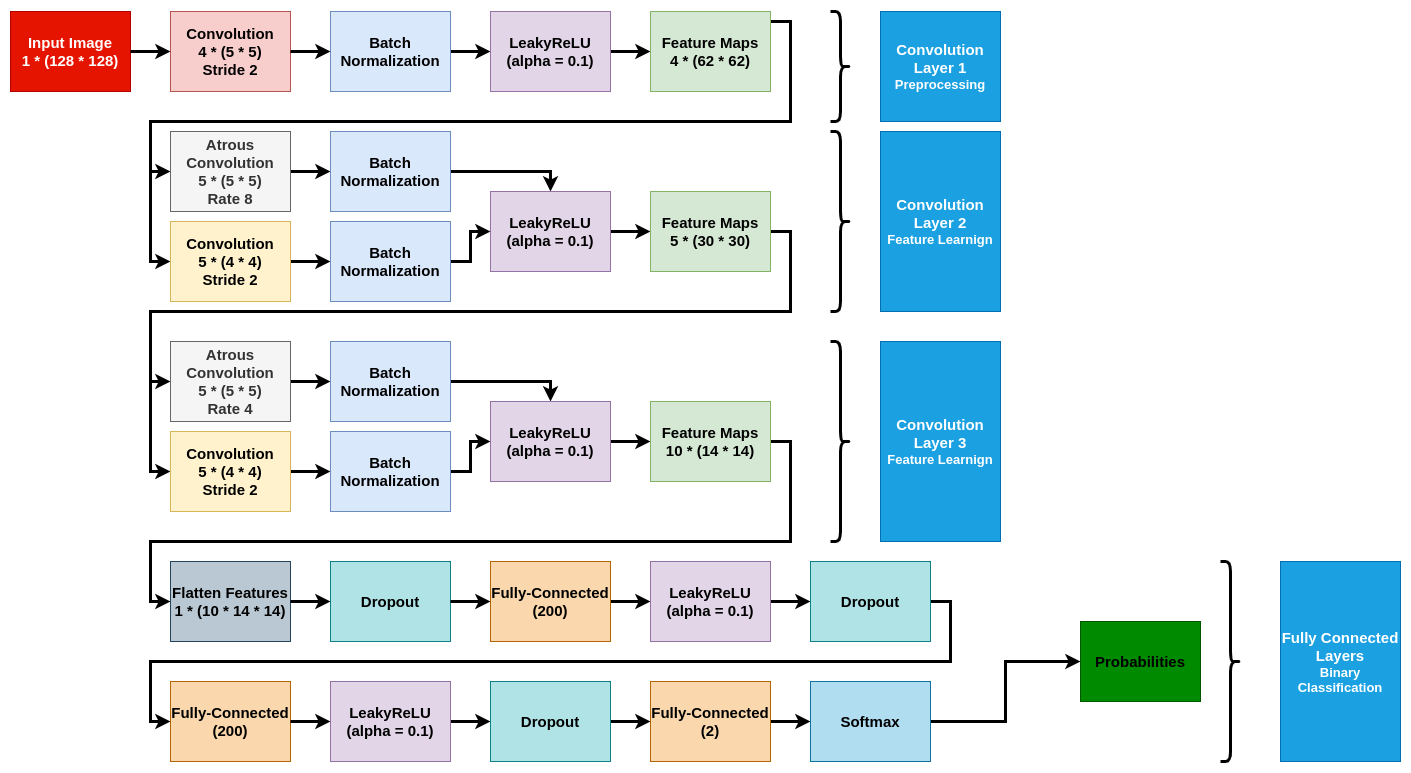
Earlier version of the draw.io export analysis/Catalyst Kernels/static/model-V1.4.0.png (EmadHelmi/steganalysis). Source tidied: cells renumbered, new cells last; positions are measured from the earlier drawing's top-left corner, leaving out a move shared by most shapes.
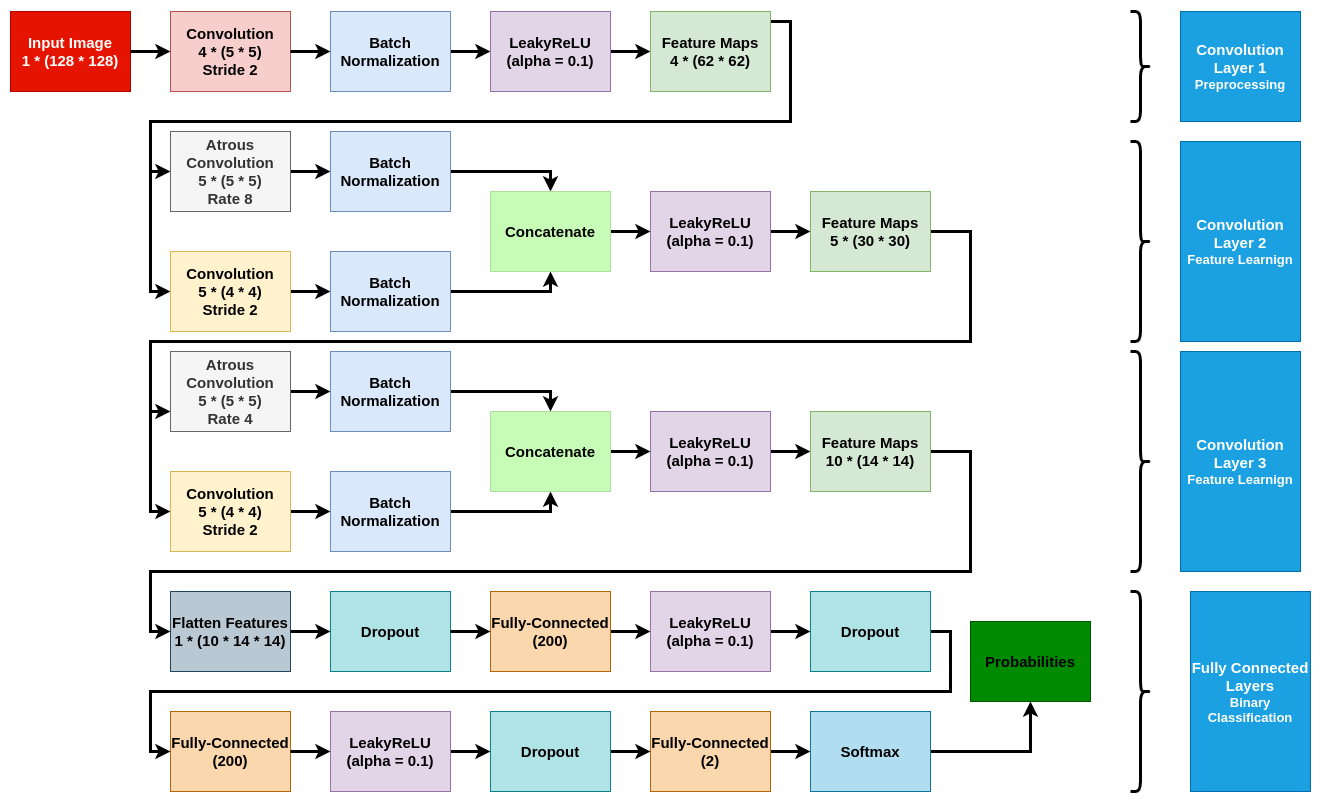
After the commit.

Commit message:
Add model 1.4.0, Change diagrams, Change Atrous to Conv2D

Change to the diagram source:
```diff
@@ -42,3 +42,3 @@
     </mxCell>
-    <mxCell id="12" style="edgeStyle=orthogonalEdgeStyle;rounded=0;jettySize=auto;html=1;exitX=1;exitY=0.5;exitDx=0;exitDy=0;entryX=0.5;entryY=0;entryDx=0;entryDy=0;strokeWidth=3;" parent="1" edge="1" source="13" target="15">
+    <mxCell id="12" style="edgeStyle=orthogonalEdgeStyle;rounded=0;jettySize=auto;html=1;exitX=1;exitY=0.5;exitDx=0;exitDy=0;entryX=0.5;entryY=0;entryDx=0;entryDy=0;strokeWidth=3;" parent="1" edge="1" source="13" target="68">
       <mxGeometry relative="1" as="geometry" />
@@ -52,11 +52,12 @@
     <mxCell id="15" value="&lt;b style=&quot;font-size: 15px&quot;&gt;LeakyReLU&lt;br&gt;(alpha = 0.1)&lt;/b&gt;" style="rounded=0;whiteSpace=wrap;html=1;fillColor=#e1d5e7;strokeColor=#9673a6;" parent="1" vertex="1">
-      <mxGeometry x="480" y="180" width="120" height="80" as="geometry" />
+      <mxGeometry x="640" y="180" width="120" height="80" as="geometry" />
     </mxCell>
-    <mxCell id="16" style="edgeStyle=orthogonalEdgeStyle;rounded=0;jettySize=auto;html=1;exitX=1;exitY=0.5;exitDx=0;exitDy=0;entryX=0;entryY=0.5;entryDx=0;entryDy=0;startArrow=none;startFill=0;endArrow=classic;endFill=1;strokeWidth=3;" parent="1" edge="1" source="17" target="19">
+    <mxCell id="16" style="edgeStyle=orthogonalEdgeStyle;rounded=0;jettySize=auto;html=1;exitX=1;exitY=0.5;exitDx=0;exitDy=0;entryX=0;entryY=0.5;entryDx=0;entryDy=0;startArrow=none;startFill=0;endArrow=classic;endFill=1;strokeWidth=3;" parent="1" edge="1" source="17">
       <mxGeometry relative="1" as="geometry">
+        <mxPoint x="160" y="400" as="targetPoint" />
         <Array as="points">
-          <mxPoint x="780" y="220" />
-          <mxPoint x="780" y="300" />
-          <mxPoint x="140" y="300" />
-          <mxPoint x="140" y="370" />
+          <mxPoint x="960" y="220" />
+          <mxPoint x="960" y="330" />
+          <mxPoint x="140" y="330" />
+          <mxPoint x="140" y="400" />
         </Array>
@@ -65,3 +66,3 @@
     <mxCell id="17" value="&lt;b style=&quot;font-size: 15px&quot;&gt;Feature Maps&lt;br&gt;5 * (30 * 30)&lt;/b&gt;" style="rounded=0;whiteSpace=wrap;html=1;fillColor=#d5e8d4;strokeColor=#82b366;" parent="1" vertex="1">
-      <mxGeometry x="640" y="180" width="120" height="80" as="geometry" />
+      <mxGeometry x="800" y="180" width="120" height="80" as="geometry" />
     </mxCell>
@@ -71,5 +72,5 @@
     <mxCell id="19" value="&lt;b style=&quot;font-size: 15px&quot;&gt;Atrous&lt;br&gt;Convolution&lt;br&gt;5 * (5 * 5)&lt;br&gt;Rate 4&lt;/b&gt;" style="rounded=0;whiteSpace=wrap;html=1;fillColor=#f5f5f5;strokeColor=#666666;fontColor=#333333;" parent="1" vertex="1">
-      <mxGeometry x="160" y="330" width="120" height="80" as="geometry" />
+      <mxGeometry x="160" y="340" width="120" height="80" as="geometry" />
     </mxCell>
-    <mxCell id="20" style="edgeStyle=orthogonalEdgeStyle;rounded=0;jettySize=auto;html=1;exitX=1;exitY=0.5;exitDx=0;exitDy=0;entryX=0.5;entryY=0;entryDx=0;entryDy=0;startArrow=none;startFill=0;endArrow=classic;endFill=1;strokeWidth=3;" parent="1" edge="1" source="21" target="23">
+    <mxCell id="20" style="edgeStyle=orthogonalEdgeStyle;rounded=0;jettySize=auto;html=1;exitX=1;exitY=0.5;exitDx=0;exitDy=0;entryX=0.5;entryY=0;entryDx=0;entryDy=0;startArrow=none;startFill=0;endArrow=classic;endFill=1;strokeWidth=3;" parent="1" edge="1" source="21" target="70">
       <mxGeometry relative="1" as="geometry" />
@@ -77,3 +78,3 @@
     <mxCell id="21" value="&lt;b style=&quot;font-size: 15px&quot;&gt;Batch&lt;br&gt;Normalization&lt;/b&gt;" style="rounded=0;whiteSpace=wrap;html=1;fillColor=#dae8fc;strokeColor=#6c8ebf;" parent="1" vertex="1">
-      <mxGeometry x="320" y="330" width="120" height="80" as="geometry" />
+      <mxGeometry x="320" y="340" width="120" height="80" as="geometry" />
     </mxCell>
@@ -83,3 +84,3 @@
     <mxCell id="23" value="&lt;b style=&quot;font-size: 15px&quot;&gt;LeakyReLU&lt;br&gt;(alpha = 0.1)&lt;/b&gt;" style="rounded=0;whiteSpace=wrap;html=1;fillColor=#e1d5e7;strokeColor=#9673a6;" parent="1" vertex="1">
-      <mxGeometry x="480" y="390" width="120" height="80" as="geometry" />
+      <mxGeometry x="640" y="400" width="120" height="80" as="geometry" />
     </mxCell>
@@ -88,6 +89,6 @@
         <Array as="points">
-          <mxPoint x="780" y="430" />
-          <mxPoint x="780" y="530" />
-          <mxPoint x="140" y="530" />
-          <mxPoint x="140" y="590" />
+          <mxPoint x="960" y="440" />
+          <mxPoint x="960" y="560" />
+          <mxPoint x="140" y="560" />
+          <mxPoint x="140" y="620" />
         </Array>
@@ -96,6 +97,6 @@
     <mxCell id="25" value="&lt;b style=&quot;font-size: 15px&quot;&gt;Feature Maps&lt;br&gt;10 * (14 * 14)&lt;/b&gt;" style="rounded=0;whiteSpace=wrap;html=1;fillColor=#d5e8d4;strokeColor=#82b366;" parent="1" vertex="1">
-      <mxGeometry x="640" y="390" width="120" height="80" as="geometry" />
+      <mxGeometry x="800" y="400" width="120" height="80" as="geometry" />
     </mxCell>
     <mxCell id="26" value="&lt;b style=&quot;font-size: 15px&quot;&gt;Flatten Features&lt;br&gt;1 * (10 * 14 * 14)&lt;/b&gt;" style="rounded=0;whiteSpace=wrap;html=1;fillColor=#bac8d3;strokeColor=#23445d;" parent="1" vertex="1">
-      <mxGeometry x="160" y="550" width="120" height="80" as="geometry" />
+      <mxGeometry x="160" y="580" width="120" height="80" as="geometry" />
     </mxCell>
@@ -103,3 +104,3 @@
       <mxGeometry relative="1" as="geometry">
-        <mxPoint x="600" y="590" as="sourcePoint" />
+        <mxPoint x="600" y="620" as="sourcePoint" />
       </mxGeometry>
@@ -107,3 +108,3 @@
     <mxCell id="28" value="&lt;b style=&quot;font-size: 15px&quot;&gt;Fully-Connected&lt;br&gt;(200)&lt;/b&gt;" style="rounded=0;whiteSpace=wrap;html=1;fillColor=#fad7ac;strokeColor=#b46504;" parent="1" vertex="1">
-      <mxGeometry x="480" y="550" width="120" height="80" as="geometry" />
+      <mxGeometry x="480" y="580" width="120" height="80" as="geometry" />
     </mxCell>
@@ -113,6 +114,6 @@
     <mxCell id="30" value="&lt;b style=&quot;font-size: 15px&quot;&gt;LeakyReLU&lt;br&gt;(alpha = 0.1)&lt;/b&gt;" style="rounded=0;whiteSpace=wrap;html=1;fillColor=#e1d5e7;strokeColor=#9673a6;" parent="1" vertex="1">
-      <mxGeometry x="640" y="550" width="120" height="80" as="geometry" />
+      <mxGeometry x="640" y="580" width="120" height="80" as="geometry" />
     </mxCell>
     <mxCell id="31" value="&lt;b style=&quot;font-size: 15px&quot;&gt;Fully-Connected&lt;br&gt;(200)&lt;/b&gt;" style="rounded=0;whiteSpace=wrap;html=1;fillColor=#fad7ac;strokeColor=#b46504;" parent="1" vertex="1">
-      <mxGeometry x="160" y="670" width="120" height="80" as="geometry" />
+      <mxGeometry x="160" y="700" width="120" height="80" as="geometry" />
     </mxCell>
@@ -122,3 +123,3 @@
     <mxCell id="33" value="&lt;b style=&quot;font-size: 15px&quot;&gt;LeakyReLU&lt;br&gt;(alpha = 0.1)&lt;/b&gt;" style="rounded=0;whiteSpace=wrap;html=1;fillColor=#e1d5e7;strokeColor=#9673a6;" parent="1" vertex="1">
-      <mxGeometry x="320" y="670" width="120" height="80" as="geometry" />
+      <mxGeometry x="320" y="700" width="120" height="80" as="geometry" />
     </mxCell>
@@ -128,3 +129,3 @@
     <mxCell id="35" value="&lt;b style=&quot;font-size: 15px&quot;&gt;Fully-Connected&lt;br&gt;(2)&lt;/b&gt;" style="rounded=0;whiteSpace=wrap;html=1;fillColor=#fad7ac;strokeColor=#b46504;" parent="1" vertex="1">
-      <mxGeometry x="640" y="670" width="120" height="80" as="geometry" />
+      <mxGeometry x="640" y="700" width="120" height="80" as="geometry" />
     </mxCell>
@@ -134,6 +135,6 @@
     <mxCell id="37" value="&lt;span style=&quot;font-size: 15px&quot;&gt;&lt;b&gt;Softmax&lt;/b&gt;&lt;/span&gt;" style="rounded=0;whiteSpace=wrap;html=1;fillColor=#b1ddf0;strokeColor=#10739e;" parent="1" vertex="1">
-      <mxGeometry x="800" y="670" width="120" height="80" as="geometry" />
+      <mxGeometry x="800" y="700" width="120" height="80" as="geometry" />
     </mxCell>
     <mxCell id="38" value="&lt;font color=&quot;#000000&quot;&gt;&lt;span style=&quot;font-size: 15px&quot;&gt;&lt;b&gt;Probabilities&lt;/b&gt;&lt;/span&gt;&lt;/font&gt;" style="rounded=0;whiteSpace=wrap;html=1;fillColor=#008a00;strokeColor=#005700;fontColor=#ffffff;" parent="1" vertex="1">
-      <mxGeometry x="1070" y="610" width="120" height="80" as="geometry" />
+      <mxGeometry x="960" y="610" width="120" height="80" as="geometry" />
     </mxCell>
@@ -144,4 +145,4 @@
       <mxGeometry relative="1" as="geometry">
-        <mxPoint x="280" y="710" as="sourcePoint" />
-        <mxPoint x="320" y="710" as="targetPoint" />
+        <mxPoint x="280" y="740" as="sourcePoint" />
+        <mxPoint x="320" y="740" as="targetPoint" />
       </mxGeometry>
@@ -152,24 +153,24 @@
     <mxCell id="42" style="shape=curlyBracket;whiteSpace=wrap;html=1;rounded=1;strokeWidth=3;rotation=-180;" parent="1" vertex="1">
-      <mxGeometry x="820" width="20" height="110" as="geometry" />
+      <mxGeometry x="1120" width="20" height="110" as="geometry" />
     </mxCell>
     <mxCell id="43" style="shape=curlyBracket;whiteSpace=wrap;html=1;rounded=1;strokeWidth=3;rotation=-180;" parent="1" vertex="1">
-      <mxGeometry x="820" y="120" width="20" height="180" as="geometry" />
+      <mxGeometry x="1120" y="130" width="20" height="200" as="geometry" />
     </mxCell>
     <mxCell id="44" style="shape=curlyBracket;whiteSpace=wrap;html=1;rounded=1;strokeWidth=3;rotation=-180;" parent="1" vertex="1">
-      <mxGeometry x="820" y="330" width="20" height="200" as="geometry" />
+      <mxGeometry x="1120" y="340" width="20" height="220" as="geometry" />
     </mxCell>
     <mxCell id="45" style="shape=curlyBracket;whiteSpace=wrap;html=1;rounded=1;strokeWidth=3;rotation=-180;" parent="1" vertex="1">
-      <mxGeometry x="1210" y="550" width="20" height="200" as="geometry" />
+      <mxGeometry x="1120" y="580" width="20" height="200" as="geometry" />
     </mxCell>
     <mxCell id="46" value="&lt;font&gt;&lt;b&gt;&lt;span style=&quot;font-size: 15px&quot;&gt;Convolution Layer 1&lt;/span&gt;&lt;br&gt;&lt;font style=&quot;font-size: 13px&quot;&gt;Preprocessing&lt;/font&gt;&lt;/b&gt;&lt;/font&gt;" style="rounded=0;whiteSpace=wrap;html=1;fillColor=#1ba1e2;strokeColor=#006EAF;fontColor=#ffffff;" parent="1" vertex="1">
-      <mxGeometry x="870" width="120" height="110" as="geometry" />
+      <mxGeometry x="1170" width="120" height="110" as="geometry" />
     </mxCell>
     <mxCell id="47" value="&lt;b&gt;&lt;span style=&quot;font-size: 15px&quot;&gt;Convolution Layer 2&lt;/span&gt;&lt;br&gt;&lt;font style=&quot;font-size: 13px&quot;&gt;Feature Learnign&lt;/font&gt;&lt;/b&gt;" style="rounded=0;whiteSpace=wrap;html=1;fillColor=#1ba1e2;strokeColor=#006EAF;fontColor=#ffffff;" parent="1" vertex="1">
-      <mxGeometry x="870" y="120" width="120" height="180" as="geometry" />
+      <mxGeometry x="1170" y="130" width="120" height="200" as="geometry" />
     </mxCell>
     <mxCell id="48" value="&lt;b&gt;&lt;span style=&quot;font-size: 15px&quot;&gt;Convolution Layer 3&lt;/span&gt;&lt;br&gt;&lt;font style=&quot;font-size: 13px&quot;&gt;Feature Learnign&lt;/font&gt;&lt;/b&gt;" style="rounded=0;whiteSpace=wrap;html=1;fillColor=#1ba1e2;strokeColor=#006EAF;fontColor=#ffffff;" parent="1" vertex="1">
-      <mxGeometry x="870" y="330" width="120" height="200" as="geometry" />
+      <mxGeometry x="1170" y="340" width="120" height="220" as="geometry" />
     </mxCell>
     <mxCell id="49" value="&lt;b&gt;&lt;span style=&quot;font-size: 15px&quot;&gt;Fully Connected Layers&lt;br&gt;&lt;/span&gt;&lt;font style=&quot;font-size: 13px&quot;&gt;Binary Classification&lt;/font&gt;&lt;/b&gt;" style="rounded=0;whiteSpace=wrap;html=1;fillColor=#1ba1e2;strokeColor=#006EAF;fontColor=#ffffff;" parent="1" vertex="1">
-      <mxGeometry x="1270" y="550" width="120" height="200" as="geometry" />
+      <mxGeometry x="1180" y="580" width="120" height="200" as="geometry" />
     </mxCell>
@@ -179,3 +180,3 @@
     <mxCell id="51" value="&lt;span style=&quot;font-size: 15px&quot;&gt;&lt;b&gt;Dropout&lt;/b&gt;&lt;/span&gt;" style="rounded=0;whiteSpace=wrap;html=1;fillColor=#b0e3e6;strokeColor=#0e8088;" parent="1" vertex="1">
-      <mxGeometry x="800" y="550" width="120" height="80" as="geometry" />
+      <mxGeometry x="800" y="580" width="120" height="80" as="geometry" />
     </mxCell>
@@ -185,6 +186,6 @@
     <mxCell id="53" value="&lt;span style=&quot;font-size: 15px&quot;&gt;&lt;b&gt;Dropout&lt;/b&gt;&lt;/span&gt;" style="rounded=0;whiteSpace=wrap;html=1;fillColor=#b0e3e6;strokeColor=#0e8088;" parent="1" vertex="1">
-      <mxGeometry x="480" y="670" width="120" height="80" as="geometry" />
+      <mxGeometry x="480" y="700" width="120" height="80" as="geometry" />
     </mxCell>
     <mxCell id="54" value="&lt;span style=&quot;font-size: 15px&quot;&gt;&lt;b&gt;Dropout&lt;/b&gt;&lt;/span&gt;" style="rounded=0;whiteSpace=wrap;html=1;fillColor=#b0e3e6;strokeColor=#0e8088;" parent="1" vertex="1">
-      <mxGeometry x="320" y="550" width="120" height="80" as="geometry" />
+      <mxGeometry x="320" y="580" width="120" height="80" as="geometry" />
     </mxCell>
@@ -192,3 +193,3 @@
       <mxGeometry relative="1" as="geometry">
-        <mxPoint x="440" y="590" as="sourcePoint" />
+        <mxPoint x="440" y="620" as="sourcePoint" />
       </mxGeometry>
@@ -207,5 +208,5 @@
     <mxCell id="59" value="&lt;b style=&quot;font-size: 15px&quot;&gt;Convolution&lt;br&gt;5 * (4 * 4)&lt;br&gt;Stride 2&lt;/b&gt;" style="rounded=0;whiteSpace=wrap;html=1;fillColor=#fff2cc;strokeColor=#d6b656;" parent="1" vertex="1">
-      <mxGeometry x="160" y="210" width="120" height="80" as="geometry" />
+      <mxGeometry x="160" y="240" width="120" height="80" as="geometry" />
     </mxCell>
-    <mxCell id="60" style="edgeStyle=orthogonalEdgeStyle;rounded=0;jettySize=auto;html=1;exitX=1;exitY=0.5;exitDx=0;exitDy=0;strokeWidth=3;" parent="1" edge="1" source="61" target="15">
+    <mxCell id="60" style="edgeStyle=orthogonalEdgeStyle;rounded=0;jettySize=auto;html=1;exitX=1;exitY=0.5;exitDx=0;exitDy=0;strokeWidth=3;entryX=0.5;entryY=1;entryDx=0;entryDy=0;" parent="1" edge="1" source="61" target="68">
       <mxGeometry relative="1" as="geometry" />
@@ -213,3 +214,3 @@
     <mxCell id="61" value="&lt;b style=&quot;font-size: 15px&quot;&gt;Batch&lt;br&gt;Normalization&lt;/b&gt;" style="rounded=0;whiteSpace=wrap;html=1;fillColor=#dae8fc;strokeColor=#6c8ebf;" parent="1" vertex="1">
-      <mxGeometry x="320" y="210" width="120" height="80" as="geometry" />
+      <mxGeometry x="320" y="240" width="120" height="80" as="geometry" />
     </mxCell>
@@ -220,3 +221,3 @@
       <mxGeometry relative="1" as="geometry">
-        <mxPoint x="140" y="370" as="targetPoint" />
+        <mxPoint x="140" y="380" as="targetPoint" />
       </mxGeometry>
@@ -224,5 +225,5 @@
     <mxCell id="64" value="&lt;b style=&quot;font-size: 15px&quot;&gt;Convolution&lt;br&gt;5 * (4 * 4)&lt;br&gt;Stride 2&lt;/b&gt;" style="rounded=0;whiteSpace=wrap;html=1;fillColor=#fff2cc;strokeColor=#d6b656;" parent="1" vertex="1">
-      <mxGeometry x="160" y="420" width="120" height="80" as="geometry" />
+      <mxGeometry x="160" y="460" width="120" height="80" as="geometry" />
     </mxCell>
-    <mxCell id="65" style="edgeStyle=orthogonalEdgeStyle;rounded=0;jettySize=auto;html=1;exitX=1;exitY=0.5;exitDx=0;exitDy=0;entryX=0;entryY=0.5;entryDx=0;entryDy=0;startArrow=none;startFill=0;endArrow=classic;endFill=1;strokeWidth=3;" parent="1" edge="1" source="66" target="23">
+    <mxCell id="65" style="edgeStyle=orthogonalEdgeStyle;rounded=0;jettySize=auto;html=1;exitX=1;exitY=0.5;exitDx=0;exitDy=0;entryX=0.5;entryY=1;entryDx=0;entryDy=0;startArrow=none;startFill=0;endArrow=classic;endFill=1;strokeWidth=3;" parent="1" edge="1" source="66" target="70">
       <mxGeometry relative="1" as="geometry" />
@@ -230,4 +231,16 @@
     <mxCell id="66" value="&lt;b style=&quot;font-size: 15px&quot;&gt;Batch&lt;br&gt;Normalization&lt;/b&gt;" style="rounded=0;whiteSpace=wrap;html=1;fillColor=#dae8fc;strokeColor=#6c8ebf;" parent="1" vertex="1">
-      <mxGeometry x="320" y="420" width="120" height="80" as="geometry" />
+      <mxGeometry x="320" y="460" width="120" height="80" as="geometry" />
     </mxCell>
+    <mxCell id="67" style="edgeStyle=orthogonalEdgeStyle;rounded=0;jettySize=auto;html=1;strokeWidth=3;" parent="1" edge="1" source="68" target="15">
+      <mxGeometry relative="1" as="geometry" />
+    </mxCell>
+    <mxCell id="68" value="&lt;span style=&quot;font-size: 15px&quot;&gt;&lt;b&gt;Concatenate&lt;/b&gt;&lt;/span&gt;" style="rounded=0;whiteSpace=wrap;html=1;fillColor=#C6FCB6;strokeColor=#AEDEA0;" parent="1" vertex="1">
+      <mxGeometry x="480" y="180" width="120" height="80" as="geometry" />
+    </mxCell>
+    <mxCell id="69" style="edgeStyle=orthogonalEdgeStyle;rounded=0;jettySize=auto;html=1;strokeWidth=3;" parent="1" edge="1" source="70" target="23">
+      <mxGeometry relative="1" as="geometry" />
+    </mxCell>
+    <mxCell id="70" value="&lt;b style=&quot;font-size: 15px&quot;&gt;Concatenate&lt;/b&gt;" style="rounded=0;whiteSpace=wrap;html=1;fillColor=#C6FCB6;strokeColor=#AEDEA0;" parent="1" vertex="1">
+      <mxGeometry x="480" y="400" width="120" height="80" as="geometry" />
+    </mxCell>
   </root>
```
